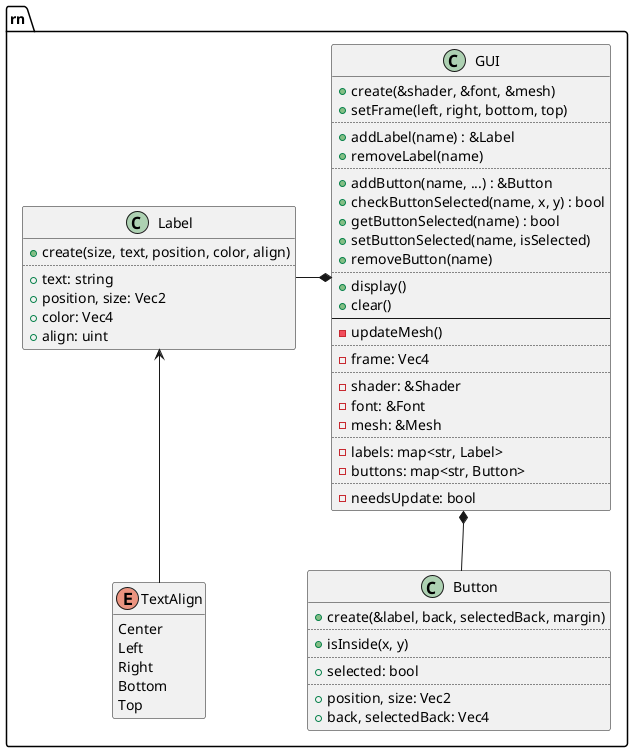
Before: design/gui.png, a diagram exported from PlantUML (ba6er/marblemaze). The source it was exported from:
```plantuml
@startuml
set separator ::

class rn::GUI {
	+create(&shader, &font, &mesh)
	+setFrame(left, right, bottom, top)
	..
	+addLabel(name) : &Label
	+removeLabel(name)
	..
	+addButton(name, ...) : &Button
	+checkButtonSelected(name, x, y) : bool
	+getButtonSelected(name) : bool
	+setButtonSelected(name, isSelected)
	+removeButton(name)
	..
	+display()
	+clear()
	--
	-updateMesh()
	..
	-frame: Vec4
	..
	-shader: &Shader
	-font: &Font
	-mesh: &Mesh
	..
	-labels: map<str, Label>
	-buttons: map<str, Button>
	..
	-needsUpdate: bool
}

enum rn::TextAlign {
	Center
	Left
	Right
	Bottom
	Top
}
hide TextAlign methods

class rn::Label {
	+create(size, text, position, color, align)
	..
	+text: string
	+position, size: Vec2
	+color: Vec4
	+align: uint
}

class rn::Button {
	+create(&label, back, selectedBack, margin)
	..
	+isInside(x, y)
	..
	+selected: bool
	..
	+position, size: Vec2
	+back, selectedBack: Vec4
}

Label <-- TextAlign

GUI *-left- Label
GUI *-down- Button

@enduml
```
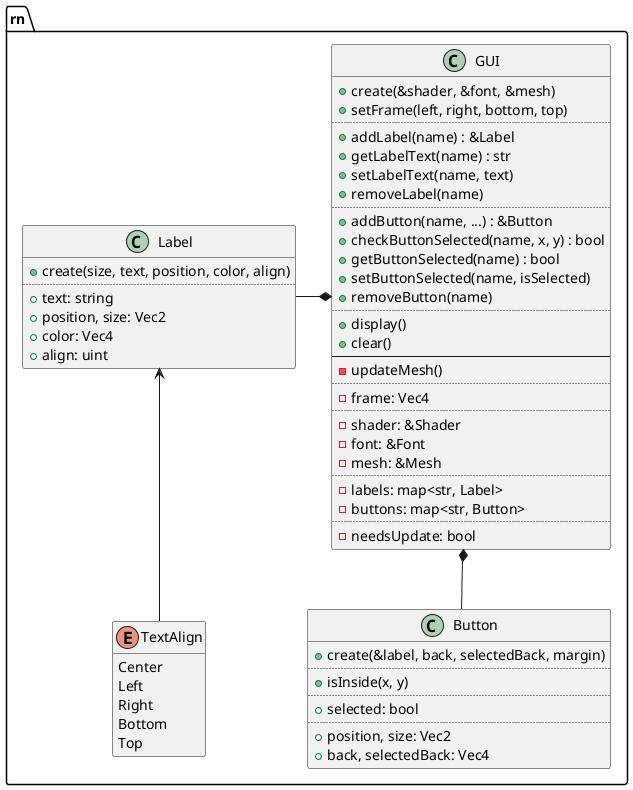
The same file after the commit.

Commit message:
Added GUI::getLabelText, GUI::setLabelText, implemented options menu

Diff of the diagram source:
```diff
@@ -6,6 +6,8 @@
 	+setFrame(left, right, bottom, top)
 	..
 	+addLabel(name) : &Label
+	+getLabelText(name) : str
+	+setLabelText(name, text)
 	+removeLabel(name)
 	..
 	+addButton(name, ...) : &Button
```
